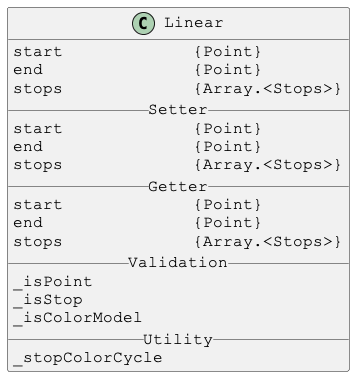
Justin-Byrne/canvasLab keeps this PlantUML diagram as docs/PlantUml/images/Linear.png. Above is the earlier version. Its diagram source:
```plantuml
@startuml

skinparam DefaultFontSize 16
skinparam DefaultFontName Courier New

class Linear {
start             {Point}
end               {Point}
stops             {Array.<Stops>}
__ Setter __
start             {Point}
end               {Point}
stops             {Array.<Stops>}
__ Getter __
start             {Point}
end               {Point}
stops             {Array.<Stops>}
__ Validation __
_isPoint
_isStop
_isColorModel
__ Utility __
_stopColorCycle
}

@enduml
```
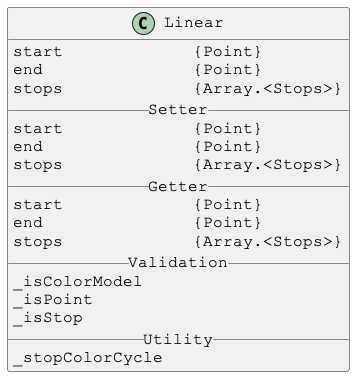
After the commit.

Change to the diagram source:
```diff
@@ -16,9 +16,9 @@
 end               {Point}
 stops             {Array.<Stops>}
 __ Validation __
+_isColorModel
 _isPoint
 _isStop
-_isColorModel
 __ Utility __
 _stopColorCycle
 }
```
